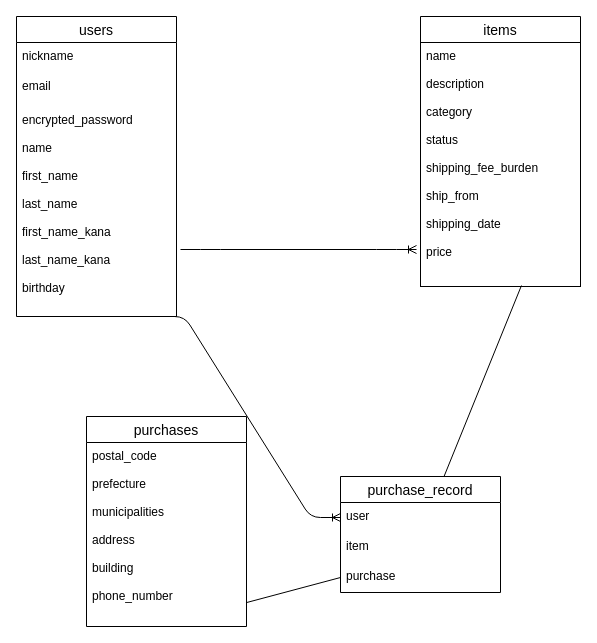
daiya0324/furima-37557 keeps this draw.io diagram as furima.dio. Above is the earlier version. Source tidied: cells renumbered, new cells numbered last; positions are measured from the earlier drawing's top-left corner, leaving out a move shared by most shapes. Both pictures are drawn from the tidied source at 100%, with x=0, y=0 at pixel (16, 16).
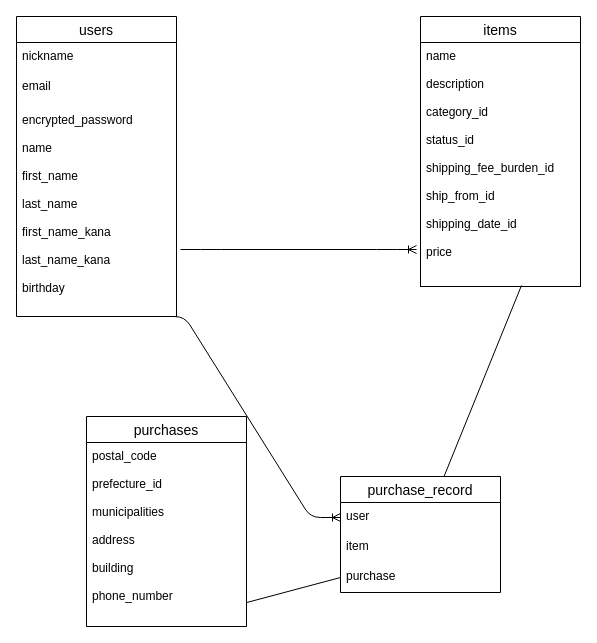
After the change.

Commit message (it also covers changes not shown here):
データベース設計

Change to the diagram source:
```diff
@@
 <mxGraphModel>
   <root>
     <mxCell id="0" />
     <mxCell id="1" parent="0" />
     <mxCell id="2" value="users" style="swimlane;fontStyle=0;horizontal=1;startSize=26;align=center;fontSize=14;" parent="1" vertex="1">
       <mxGeometry width="160" height="300" as="geometry" />
     </mxCell>
     <mxCell id="3" value="nickname" style="text;strokeColor=none;fillColor=none;spacingLeft=4;spacingRight=4;overflow=hidden;fontSize=12;rounded=0;" parent="2" vertex="1">
       <mxGeometry y="26" width="160" height="30" as="geometry" />
     </mxCell>
     <mxCell id="4" value="email" style="text;strokeColor=none;fillColor=none;spacingLeft=4;spacingRight=4;overflow=hidden;fontSize=12;" parent="2" vertex="1">
       <mxGeometry y="56" width="160" height="34" as="geometry" />
     </mxCell>
     <mxCell id="5" value="encrypted_password&#10;&#10;name&#10;&#10;first_name&#10;&#10;last_name&#10;&#10;first_name_kana&#10;&#10;last_name_kana&#10;&#10;birthday&#10;&#10;&#10;&#10;&#10;&#10;&#10;&#10;&#10;&#10;&#10;" style="text;strokeColor=none;fillColor=none;spacingLeft=4;spacingRight=4;overflow=hidden;points=[[0,0.5],[1,0.5]];portConstraint=eastwest;fontSize=12;" parent="2" vertex="1">
       <mxGeometry y="90" width="160" height="210" as="geometry" />
     </mxCell>
     <mxCell id="6" value="items" style="swimlane;fontStyle=0;horizontal=1;startSize=26;align=center;fontSize=14;" parent="1" vertex="1">
       <mxGeometry x="404" width="160" height="270" as="geometry" />
     </mxCell>
-    <mxCell id="7" value="name&#10;&#10;description&#10;&#10;category&#10;&#10;status&#10;&#10;shipping_fee_burden&#10;&#10;ship_from&#10;&#10;shipping_date&#10;&#10;price&#10;&#10;" style="text;strokeColor=default;fillColor=none;spacingLeft=4;spacingRight=4;overflow=hidden;points=[[0,0.5],[1,0.5]];portConstraint=eastwest;fontSize=12;" parent="6" vertex="1">
+    <mxCell id="7" value="name&#10;&#10;description&#10;&#10;category_id&#10;&#10;status_id&#10;&#10;shipping_fee_burden_id&#10;&#10;ship_from_id&#10;&#10;shipping_date_id&#10;&#10;price&#10;&#10;" style="text;strokeColor=default;fillColor=none;spacingLeft=4;spacingRight=4;overflow=hidden;points=[[0,0.5],[1,0.5]];portConstraint=eastwest;fontSize=12;" parent="6" vertex="1">
       <mxGeometry y="26" width="160" height="244" as="geometry" />
     </mxCell>
     <mxCell id="8" value="purchases" style="swimlane;fontStyle=0;horizontal=1;startSize=26;align=center;fontSize=14;" parent="1" vertex="1">
       <mxGeometry x="70" y="400" width="160" height="210" as="geometry" />
     </mxCell>
-    <mxCell id="9" value="postal_code&#10;&#10;prefecture&#10;&#10;municipalities&#10;&#10;address&#10;&#10;building&#10;&#10;phone_number&#10;" style="text;strokeColor=none;fillColor=none;spacingLeft=4;spacingRight=4;overflow=hidden;points=[[0,0.5],[1,0.5]];portConstraint=eastwest;fontSize=12;" parent="8" vertex="1">
+    <mxCell id="9" value="postal_code&#10;&#10;prefecture_id&#10;&#10;municipalities&#10;&#10;address&#10;&#10;building&#10;&#10;phone_number&#10;" style="text;strokeColor=none;fillColor=none;spacingLeft=4;spacingRight=4;overflow=hidden;points=[[0,0.5],[1,0.5]];portConstraint=eastwest;fontSize=12;" parent="8" vertex="1">
       <mxGeometry y="26" width="160" height="184" as="geometry" />
     </mxCell>
     <mxCell id="10" style="edgeStyle=entityRelationEdgeStyle;fontSize=12;html=1;endArrow=ERoneToMany;exitX=1.025;exitY=0.681;exitDx=0;exitDy=0;exitPerimeter=0;" parent="1" edge="1" source="5">
       <mxGeometry relative="1" as="geometry">
         <mxPoint x="400" y="233" as="targetPoint" />
       </mxGeometry>
     </mxCell>
     <mxCell id="11" value="purchase_record" style="swimlane;fontStyle=0;horizontal=1;startSize=26;align=center;fontSize=14;rounded=0;strokeColor=default;" parent="1" vertex="1">
       <mxGeometry x="324" y="460" width="160" height="116" as="geometry" />
     </mxCell>
     <mxCell id="12" value="user" style="text;strokeColor=none;fillColor=none;spacingLeft=4;spacingRight=4;overflow=hidden;points=[[0,0.5],[1,0.5]];portConstraint=eastwest;fontSize=12;rounded=0;" parent="11" vertex="1">
       <mxGeometry y="26" width="160" height="30" as="geometry" />
     </mxCell>
     <mxCell id="13" value="item" style="text;strokeColor=none;fillColor=none;spacingLeft=4;spacingRight=4;overflow=hidden;fontSize=12;rounded=0;" parent="11" vertex="1">
       <mxGeometry y="56" width="160" height="30" as="geometry" />
     </mxCell>
     <mxCell id="14" value="purchase" style="text;strokeColor=none;fillColor=none;spacingLeft=4;spacingRight=4;overflow=hidden;points=[[0,0.5],[1,0.5]];portConstraint=eastwest;fontSize=12;rounded=0;" parent="11" vertex="1">
       <mxGeometry y="86" width="160" height="30" as="geometry" />
     </mxCell>
     <mxCell id="15" style="edgeStyle=entityRelationEdgeStyle;fontSize=12;html=1;endArrow=ERoneToMany;exitX=0.863;exitY=1;exitDx=0;exitDy=0;exitPerimeter=0;entryX=0;entryY=0.5;entryDx=0;entryDy=0;" parent="1" edge="1" source="5" target="12">
       <mxGeometry relative="1" as="geometry" />
     </mxCell>
     <mxCell id="16" style="endArrow=none;html=1;rounded=0;entryX=0.631;entryY=0.996;entryDx=0;entryDy=0;entryPerimeter=0;" parent="1" edge="1" source="11" target="7">
       <mxGeometry relative="1" as="geometry" />
     </mxCell>
     <mxCell id="17" style="endArrow=none;html=1;rounded=0;exitX=1;exitY=0.87;exitDx=0;exitDy=0;exitPerimeter=0;entryX=0;entryY=0.5;entryDx=0;entryDy=0;" parent="1" edge="1" source="9" target="14">
       <mxGeometry relative="1" as="geometry" />
     </mxCell>
   </root>
 </mxGraphModel>
```
